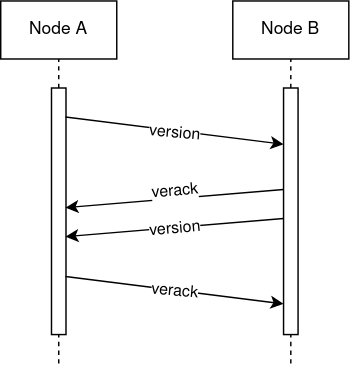
Above: pict/BTCconnection.png in ImGilbes/tesi (draw.io), before the change. Source tidied: cells renumbered, new cells last; positions are measured from the earlier drawing's top-left corner, leaving out a move shared by most shapes.
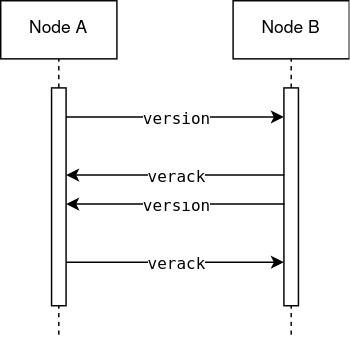
The same diagram one commit later.

The edit, as a diff of the source:
```diff
@@ -19,63 +19,63 @@
       <mxGeometry x="160" width="80" height="40" as="geometry" />
     </mxCell>
     <mxCell id="6" style="rounded=0;whiteSpace=wrap;html=1;" parent="1" vertex="1">
-      <mxGeometry x="195" y="60" width="10" height="170" as="geometry" />
+      <mxGeometry x="195" y="60" width="10" height="150" as="geometry" />
     </mxCell>
     <mxCell id="7" style="endArrow=none;dashed=1;html=1;" parent="1" edge="1" target="6">
       <mxGeometry relative="1" as="geometry">
-        <mxPoint x="200" y="250" as="sourcePoint" />
+        <mxPoint x="200" y="230" as="sourcePoint" />
       </mxGeometry>
     </mxCell>
     <mxCell id="8" style="rounded=0;whiteSpace=wrap;html=1;" parent="1" vertex="1">
-      <mxGeometry x="35" y="60" width="10" height="170" as="geometry" />
+      <mxGeometry x="35" y="60" width="10" height="150" as="geometry" />
     </mxCell>
     <mxCell id="9" style="endArrow=none;dashed=1;html=1;" parent="1" edge="1" target="8">
       <mxGeometry relative="1" as="geometry">
-        <mxPoint x="40" y="250" as="sourcePoint" />
+        <mxPoint x="40" y="230" as="sourcePoint" />
       </mxGeometry>
     </mxCell>
-    <mxCell id="10" style="endArrow=classic;html=1;entryX=-0.048;entryY=0.152;entryDx=0;entryDy=0;entryPerimeter=0;exitX=0.917;exitY=0.053;exitDx=0;exitDy=0;exitPerimeter=0;" parent="1" edge="1">
+    <mxCell id="10" style="endArrow=classic;html=1;exitX=0.917;exitY=0.053;exitDx=0;exitDy=0;exitPerimeter=0;" parent="1" edge="1">
       <mxGeometry relative="1" as="geometry">
-        <mxPoint x="44.7" y="190" as="sourcePoint" />
-        <mxPoint x="195" y="208.8" as="targetPoint" />
+        <mxPoint x="45" y="180" as="sourcePoint" />
+        <mxPoint x="195" y="180" as="targetPoint" />
       </mxGeometry>
     </mxCell>
-    <mxCell id="11" value="&lt;div&gt;verack&lt;/div&gt;" style="edgeLabel;html=1;align=center;verticalAlign=middle;rotation=5;" parent="10" vertex="1">
+    <mxCell id="11" value="&lt;pre&gt;verack&lt;/pre&gt;" style="edgeLabel;html=1;align=center;verticalAlign=middle;rotation=0;" parent="10" vertex="1">
       <mxGeometry x="0.34" y="-1" relative="1" as="geometry">
-        <mxPoint x="-26" y="-4" as="offset" />
+        <mxPoint x="-26" y="-1" as="offset" />
       </mxGeometry>
     </mxCell>
-    <mxCell id="12" style="endArrow=classic;html=1;entryX=-0.048;entryY=0.152;entryDx=0;entryDy=0;entryPerimeter=0;exitX=0;exitY=0.25;exitDx=0;exitDy=0;" parent="1" edge="1">
+    <mxCell id="12" style="endArrow=classic;html=1;exitX=0;exitY=0.25;exitDx=0;exitDy=0;" parent="1" edge="1">
       <mxGeometry relative="1" as="geometry">
-        <mxPoint x="195" y="150" as="sourcePoint" />
-        <mxPoint x="44.7" y="162.5" as="targetPoint" />
+        <mxPoint x="195.4" y="140" as="sourcePoint" />
+        <mxPoint x="45" y="140" as="targetPoint" />
       </mxGeometry>
     </mxCell>
-    <mxCell id="13" value="&lt;div&gt;version&lt;/div&gt;" style="edgeLabel;html=1;align=center;verticalAlign=middle;rotation=-5;" parent="12" vertex="1">
+    <mxCell id="13" value="&lt;pre&gt;version&lt;/pre&gt;" style="edgeLabel;html=1;align=center;verticalAlign=middle;rotation=0;" parent="12" vertex="1">
       <mxGeometry x="-0.24" y="2" relative="1" as="geometry">
-        <mxPoint x="-18" as="offset" />
+        <mxPoint x="-18" y="-2" as="offset" />
       </mxGeometry>
     </mxCell>
-    <mxCell id="14" style="endArrow=classic;html=1;entryX=-0.048;entryY=0.152;entryDx=0;entryDy=0;entryPerimeter=0;exitX=0;exitY=0.25;exitDx=0;exitDy=0;" parent="1" edge="1">
+    <mxCell id="14" style="endArrow=classic;html=1;exitX=0;exitY=0.25;exitDx=0;exitDy=0;" parent="1" edge="1">
       <mxGeometry relative="1" as="geometry">
-        <mxPoint x="195" y="130" as="sourcePoint" />
-        <mxPoint x="44.7" y="142.5" as="targetPoint" />
+        <mxPoint x="195.4" y="120" as="sourcePoint" />
+        <mxPoint x="45" y="120" as="targetPoint" />
       </mxGeometry>
     </mxCell>
-    <mxCell id="15" value="&lt;div&gt;verack&lt;/div&gt;" style="edgeLabel;html=1;align=center;verticalAlign=middle;rotation=-5;" parent="14" vertex="1">
+    <mxCell id="15" value="&lt;pre&gt;verack&lt;/pre&gt;" style="edgeLabel;html=1;align=center;verticalAlign=middle;rotation=0;" parent="14" vertex="1">
       <mxGeometry x="-0.3" y="3" relative="1" as="geometry">
-        <mxPoint x="-23" y="-7" as="offset" />
+        <mxPoint x="-23" y="-3" as="offset" />
       </mxGeometry>
     </mxCell>
-    <mxCell id="16" style="endArrow=classic;html=1;entryX=-0.048;entryY=0.152;entryDx=0;entryDy=0;entryPerimeter=0;exitX=0.917;exitY=0.053;exitDx=0;exitDy=0;exitPerimeter=0;" parent="1" edge="1">
+    <mxCell id="16" style="endArrow=classic;html=1;exitX=0.917;exitY=0.053;exitDx=0;exitDy=0;exitPerimeter=0;" parent="1" edge="1">
       <mxGeometry relative="1" as="geometry">
-        <mxPoint x="44.7" y="80" as="sourcePoint" />
-        <mxPoint x="195" y="98.8" as="targetPoint" />
+        <mxPoint x="45" y="80" as="sourcePoint" />
+        <mxPoint x="195" y="80" as="targetPoint" />
       </mxGeometry>
     </mxCell>
-    <mxCell id="17" value="&lt;div&gt;version&lt;/div&gt;" style="edgeLabel;html=1;align=center;verticalAlign=middle;rotation=5;" parent="16" vertex="1">
+    <mxCell id="17" value="&lt;pre&gt;version&lt;/pre&gt;" style="edgeLabel;html=1;align=center;verticalAlign=middle;rotation=0;" parent="16" vertex="1">
       <mxGeometry x="0.32" y="2" relative="1" as="geometry">
-        <mxPoint x="-24" as="offset" />
+        <mxPoint x="-24" y="2" as="offset" />
       </mxGeometry>
     </mxCell>
   </root>
```
